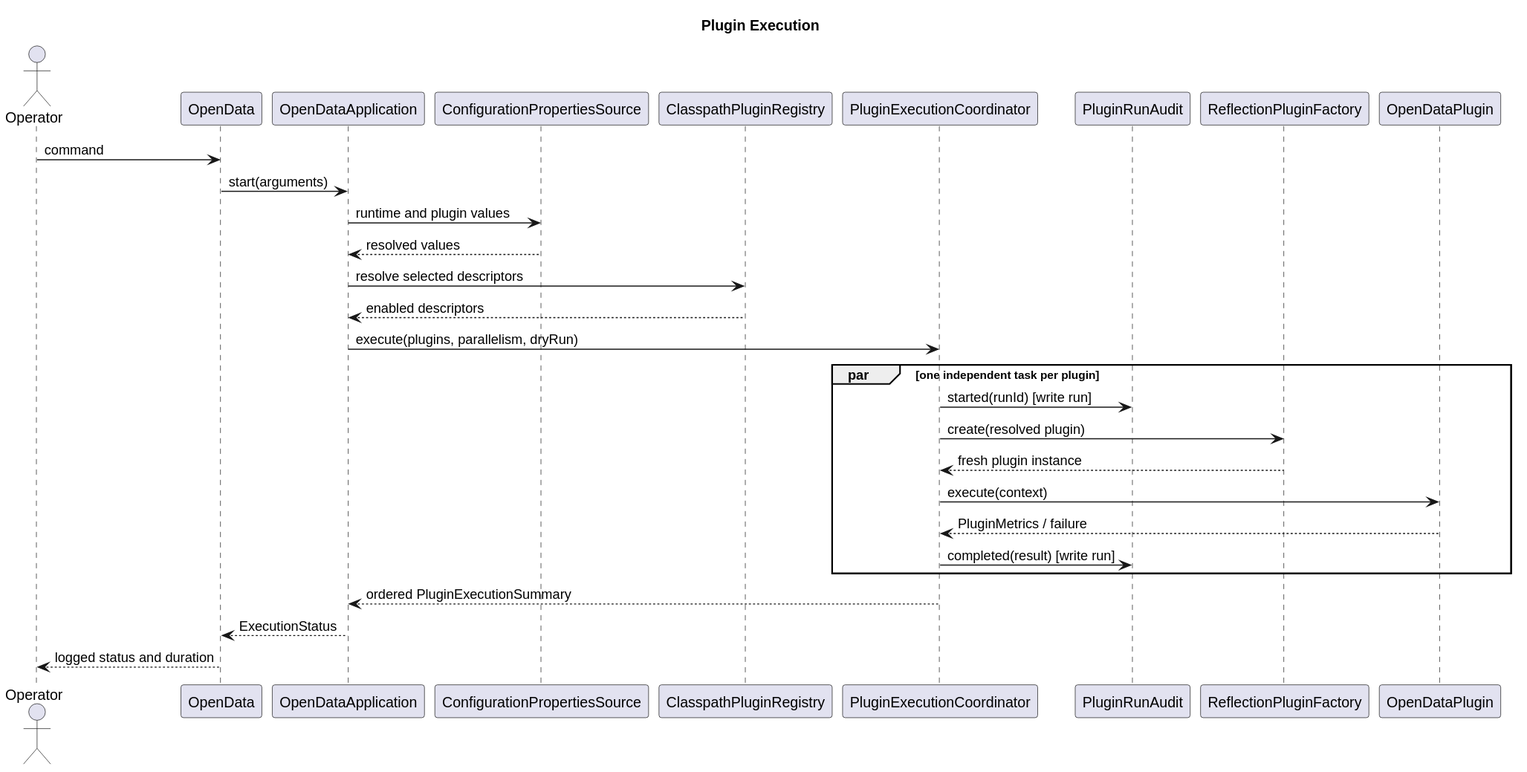
TerryCurranZellis/OpenData keeps this PlantUML diagram as docs/diagrams/generated/plugin-execution-sequence.svg. Above is the earlier version. Its source is kept beside it as docs/diagrams/source/plugin-execution-sequence.puml.
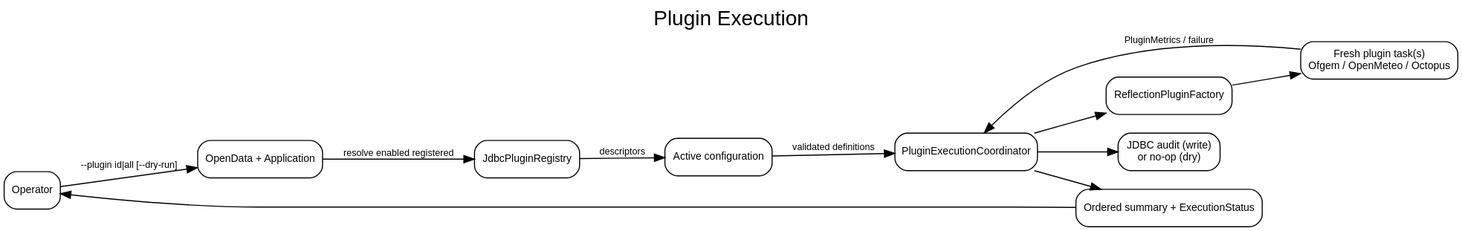
Above is the later version.

What changed in the source:
```diff
@@ -3,29 +3,29 @@
 actor Operator
 participant OpenData
 participant OpenDataApplication as Application
+participant JdbcPluginRegistry as Registry
 participant ConfigurationPropertiesSource as Configuration
-participant ClasspathPluginRegistry as Registry
 participant PluginExecutionCoordinator as Coordinator
 participant PluginRunAudit as Audit
 participant ReflectionPluginFactory as Factory
 participant OpenDataPlugin as Plugin
 
-Operator -> OpenData : command
+Operator -> OpenData : --plugin id|all [--dry-run]
 OpenData -> Application : start(arguments)
-Application -> Configuration : runtime and plugin values
-Configuration --> Application : resolved values
-Application -> Registry : resolve selected descriptors
-Registry --> Application : enabled descriptors
+Application -> Registry : resolve enabled registered descriptors
+Registry --> Application : selected descriptors
+Application -> Configuration : application and plugin values
+Configuration --> Application : validated runtime definitions
 Application -> Coordinator : execute(plugins, parallelism, dryRun)
 par one independent task per plugin
-  Coordinator -> Audit : started(runId) [write run]
+  Coordinator -> Audit : started(runId) [write only]
   Coordinator -> Factory : create(resolved plugin)
   Factory --> Coordinator : fresh plugin instance
   Coordinator -> Plugin : execute(context)
   Plugin --> Coordinator : PluginMetrics / failure
-  Coordinator -> Audit : completed(result) [write run]
+  Coordinator -> Audit : completed(result) [write only]
 end
-Coordinator --> Application : ordered PluginExecutionSummary
+Coordinator --> Application : ordered summary
 Application --> OpenData : ExecutionStatus
 OpenData --> Operator : logged status and duration
 @enduml
```
